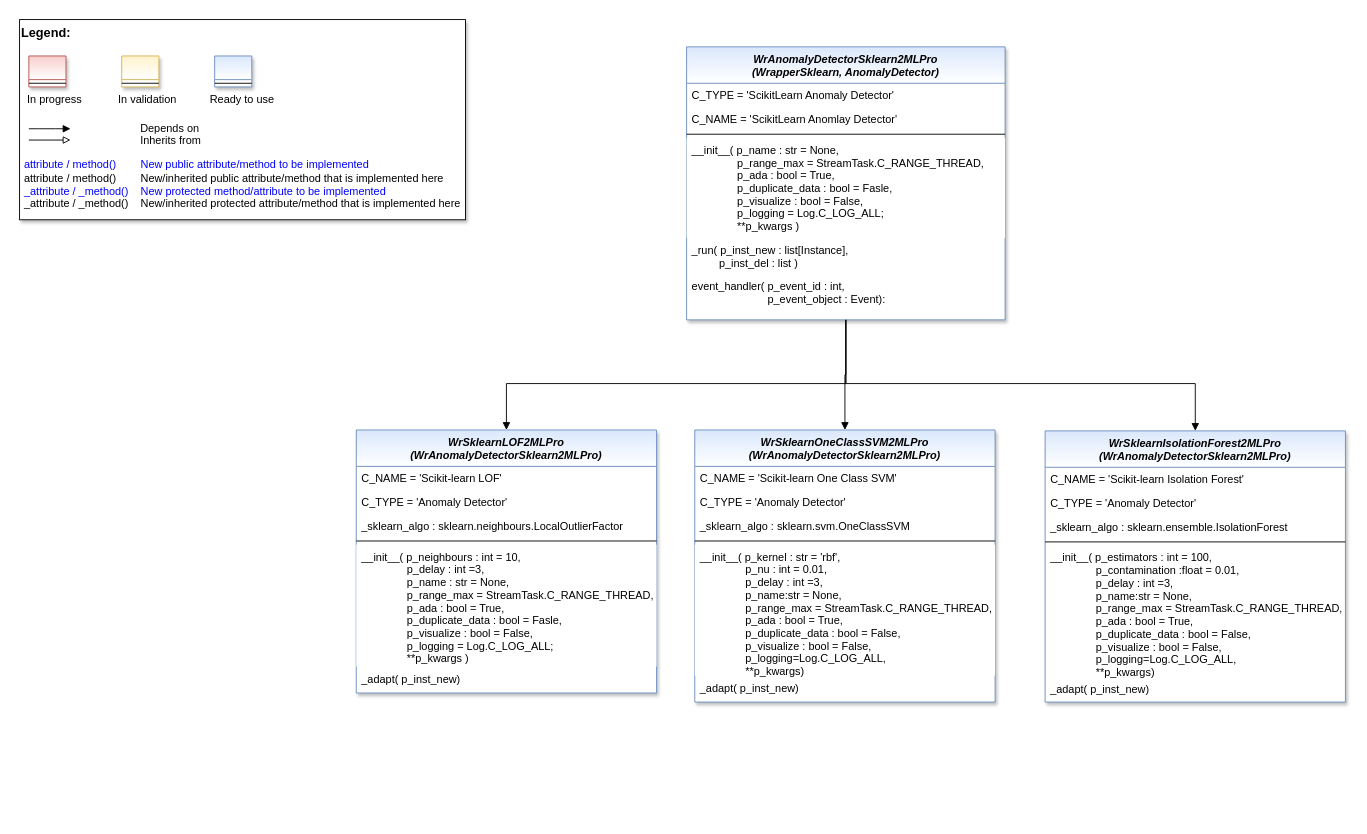
fhswf/MLPro-Int-scikit-learn keeps this draw.io diagram as doc/rtd/content/02_api/images/MLPro-Int-scikit-learn-Anomaly_Detectors.drawio. Above is the earlier version. Source tidied: cells renumbered, new cells numbered last; positions are measured from the earlier drawing's top-left corner, leaving out a move shared by most shapes. Both pictures are drawn from the tidied source at 91%, with x=0, y=0 at pixel (19, 19).
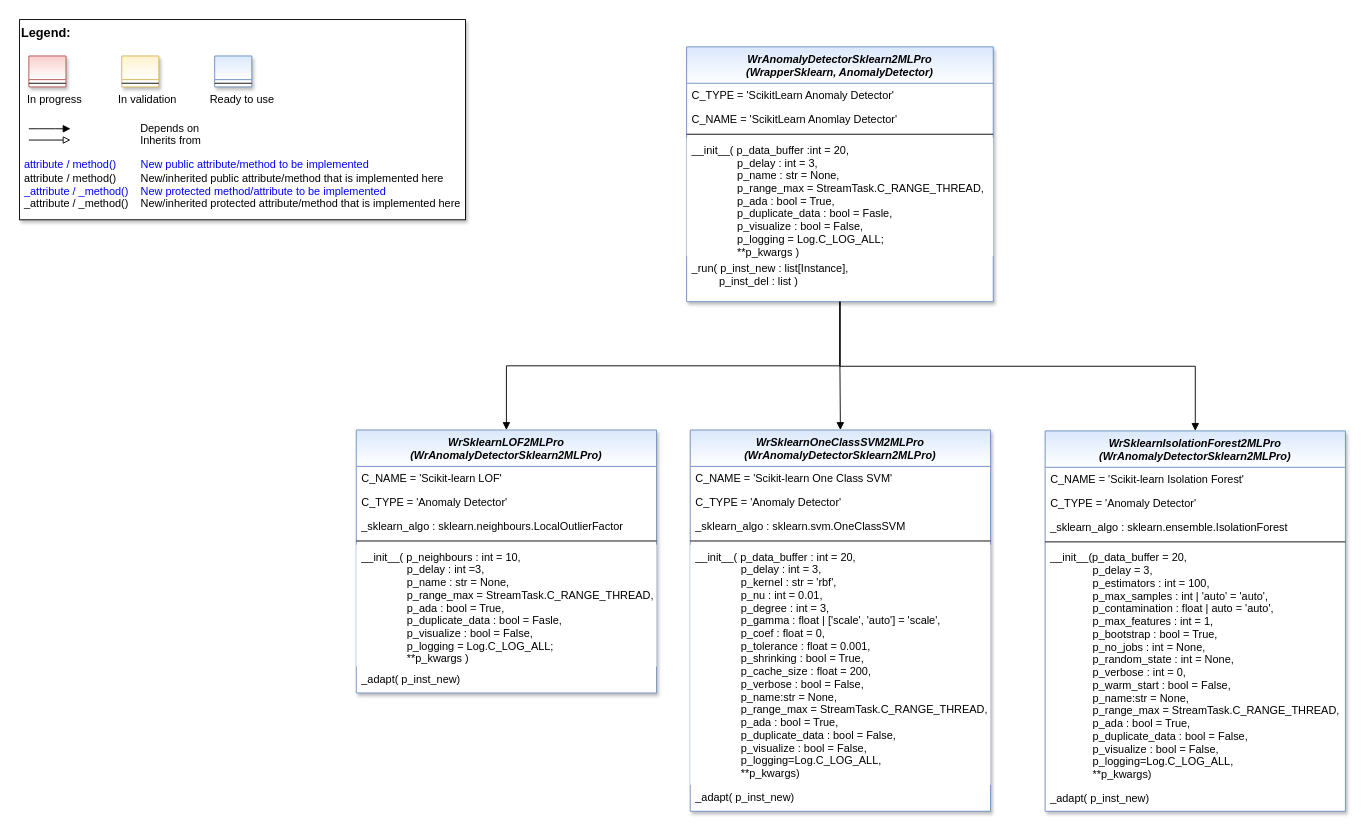
Above is the later version.

Commit message (it also covers changes not shown here):
Refact: Anomaly Detection - Wrappers, Howtos, RTD #2

The change refers to these unchanged cells:
```xml
<mxCell id="19" value="WrSklearnLOF2MLPro&#10;(WrAnomalyDetectorSklearn2MLPro)" style="swimlane;fontStyle=3;align=center;verticalAlign=top;horizontal=1;startSize=40;rounded=0;shadow=1;strokeWidth=1;fillColor=#dae8fc;strokeColor=#6c8ebf;swimlaneFillColor=#ffffff;gradientColor=#FFFFFF;" parent="1" vertex="1">
  <mxGeometry x="370" y="451" width="330" height="289" as="geometry" />
</mxCell>
```

Diff of the diagram source:
```diff
@@
     <mxCell id="12" value="WrSklearnOneClassSVM2MLPro&#10;(WrAnomalyDetectorSklearn2MLPro)" style="swimlane;fontStyle=3;align=center;verticalAlign=top;horizontal=1;startSize=40;rounded=0;shadow=1;strokeWidth=1;fillColor=#dae8fc;strokeColor=#6c8ebf;swimlaneFillColor=#ffffff;gradientColor=#FFFFFF;" parent="1" vertex="1">
-      <mxGeometry x="742" y="451" width="330" height="299" as="geometry" />
+      <mxGeometry x="737" y="451" width="330" height="419" as="geometry" />
     </mxCell>
@@
-    <mxCell id="17" value="__init__( p_kernel : str = 'rbf',&#10;               p_nu : int = 0.01,&#10;               p_delay : int =3,&#10;               p_name:str = None,&#10;               p_range_max = StreamTask.C_RANGE_THREAD,&#10;               p_ada : bool = True,&#10;               p_duplicate_data : bool = False,&#10;               p_visualize : bool = False,&#10;               p_logging=Log.C_LOG_ALL,&#10;               **p_kwargs)" style="text;align=left;verticalAlign=top;spacingLeft=4;spacingRight=4;overflow=hidden;fontColor=#000000;fillColor=#FFFFFF;labelBackgroundColor=default;" parent="12" vertex="1">
-      <mxGeometry y="126" width="330" height="144" as="geometry" />
+    <mxCell id="17" value="__init__( p_data_buffer : int = 20,&#10;               p_delay : int = 3,&#10;               p_kernel : str = 'rbf',&#10;               p_nu : int = 0.01,&#10;               p_degree : int = 3,&#10;               p_gamma : float | ['scale', 'auto'] = 'scale',&#10;               p_coef : float = 0,&#10;               p_tolerance : float = 0.001,&#10;               p_shrinking : bool = True,&#10;               p_cache_size : float = 200,&#10;               p_verbose : bool = False,&#10;               p_name:str = None,&#10;               p_range_max = StreamTask.C_RANGE_THREAD,&#10;               p_ada : bool = True,&#10;               p_duplicate_data : bool = False,&#10;               p_visualize : bool = False,&#10;               p_logging=Log.C_LOG_ALL,&#10;               **p_kwargs)" style="text;align=left;verticalAlign=top;spacingLeft=4;spacingRight=4;overflow=hidden;fontColor=#000000;fillColor=#FFFFFF;labelBackgroundColor=default;" parent="12" vertex="1">
+      <mxGeometry y="126" width="330" height="264" as="geometry" />
     </mxCell>
     <mxCell id="18" value="_adapt( p_inst_new)" style="text;align=left;verticalAlign=top;spacingLeft=4;spacingRight=4;overflow=hidden;fontColor=default;" parent="12" vertex="1">
-      <mxGeometry y="270" width="330" height="20" as="geometry" />
+      <mxGeometry y="390" width="330" height="20" as="geometry" />
     </mxCell>
@@
     <mxCell id="26" value="WrAnomalyDetectorSklearn2MLPro&#10;(WrapperSklearn, AnomalyDetector)" style="swimlane;fontStyle=3;align=center;verticalAlign=top;horizontal=1;startSize=40;rounded=0;shadow=1;strokeWidth=1;fillColor=#dae8fc;strokeColor=#6c8ebf;swimlaneFillColor=#ffffff;gradientColor=#FFFFFF;" parent="1" vertex="1">
-      <mxGeometry x="733" y="30" width="350" height="300" as="geometry" />
+      <mxGeometry x="733" y="30" width="337" height="280" as="geometry" />
     </mxCell>
     <mxCell id="27" value="C_TYPE = 'ScikitLearn Anomaly Detector'" style="text;align=left;verticalAlign=top;spacingLeft=4;spacingRight=4;overflow=hidden;fontColor=default;" parent="26" vertex="1">
-      <mxGeometry y="40" width="350" height="26" as="geometry" />
+      <mxGeometry y="40" width="337" height="26" as="geometry" />
     </mxCell>
     <mxCell id="28" value="C_NAME = 'ScikitLearn Anomlay Detector'" style="text;align=left;verticalAlign=top;spacingLeft=4;spacingRight=4;overflow=hidden;fontColor=#000000;" parent="26" vertex="1">
-      <mxGeometry y="66" width="350" height="26" as="geometry" />
+      <mxGeometry y="66" width="337" height="26" as="geometry" />
     </mxCell>
     <mxCell id="29" style="line;html=1;strokeWidth=1;align=left;verticalAlign=middle;spacingTop=-1;spacingLeft=3;spacingRight=3;labelPosition=right;" parent="26" vertex="1">
-      <mxGeometry y="92" width="350" height="8" as="geometry" />
+      <mxGeometry y="92" width="337" height="8" as="geometry" />
     </mxCell>
-    <mxCell id="30" value="__init__( p_name : str = None,&#10;               p_range_max = StreamTask.C_RANGE_THREAD,&#10;               p_ada : bool = True,&#10;               p_duplicate_data : bool = Fasle,&#10;               p_visualize : bool = False,&#10;               p_logging = Log.C_LOG_ALL;&#10;               **p_kwargs )" style="text;align=left;verticalAlign=top;spacingLeft=4;spacingRight=4;overflow=hidden;fontColor=#000000;fillColor=#FFFFFF;labelBackgroundColor=default;" parent="26" vertex="1">
-      <mxGeometry y="100" width="350" height="110" as="geometry" />
+    <mxCell id="30" value="__init__( p_data_buffer :int = 20,&#10;               p_delay : int = 3,&#10;               p_name : str = None,&#10;               p_range_max = StreamTask.C_RANGE_THREAD,&#10;               p_ada : bool = True,&#10;               p_duplicate_data : bool = Fasle,&#10;               p_visualize : bool = False,&#10;               p_logging = Log.C_LOG_ALL;&#10;               **p_kwargs )" style="text;align=left;verticalAlign=top;spacingLeft=4;spacingRight=4;overflow=hidden;fontColor=#000000;fillColor=#FFFFFF;labelBackgroundColor=default;" parent="26" vertex="1">
+      <mxGeometry y="100" width="337" height="130" as="geometry" />
     </mxCell>
     <mxCell id="31" value="_run( p_inst_new : list[Instance],&#10;         p_inst_del : list )" style="text;align=left;verticalAlign=top;spacingLeft=4;spacingRight=4;overflow=hidden;fontColor=default;" parent="26" vertex="1">
-      <mxGeometry y="210" width="350" height="40" as="geometry" />
+      <mxGeometry y="230" width="337" height="40" as="geometry" />
     </mxCell>
-    <mxCell id="32" value="event_handler( p_event_id : int,&#10;                         p_event_object : Event):" style="text;align=left;verticalAlign=top;spacingLeft=4;spacingRight=4;overflow=hidden;fontColor=default;" parent="26" vertex="1">
-      <mxGeometry y="250" width="350" height="46" as="geometry" />
-    </mxCell>
     <mxCell id="33" value="WrSklearnIsolationForest2MLPro&#10;(WrAnomalyDetectorSklearn2MLPro)" style="swimlane;fontStyle=3;align=center;verticalAlign=top;horizontal=1;startSize=40;rounded=0;shadow=1;strokeWidth=1;fillColor=#dae8fc;strokeColor=#6c8ebf;swimlaneFillColor=#ffffff;gradientColor=#FFFFFF;" parent="1" vertex="1">
-      <mxGeometry x="1127" y="452" width="330" height="298" as="geometry" />
+      <mxGeometry x="1127" y="452" width="330" height="418" as="geometry" />
     </mxCell>
@@
-    <mxCell id="38" value="__init__( p_estimators : int = 100,&#10;               p_contamination :float = 0.01,&#10;               p_delay : int =3,&#10;               p_name:str = None,&#10;               p_range_max = StreamTask.C_RANGE_THREAD,&#10;               p_ada : bool = True,&#10;               p_duplicate_data : bool = False,&#10;               p_visualize : bool = False,&#10;               p_logging=Log.C_LOG_ALL,&#10;               **p_kwargs)" style="text;align=left;verticalAlign=top;spacingLeft=4;spacingRight=4;overflow=hidden;fontColor=default;" parent="33" vertex="1">
-      <mxGeometry y="126" width="330" height="144" as="geometry" />
+    <mxCell id="38" value="__init__(p_data_buffer = 20,&#10;              p_delay = 3,&#10;              p_estimators : int = 100,&#10;              p_max_samples : int | 'auto' = 'auto',&#10;              p_contamination : float | auto = 'auto',&#10;              p_max_features : int = 1,&#10;              p_bootstrap : bool = True,&#10;              p_no_jobs : int = None,&#10;              p_random_state : int = None,&#10;              p_verbose : int = 0,&#10;              p_warm_start : bool = False,&#10;              p_name:str = None,&#10;              p_range_max = StreamTask.C_RANGE_THREAD,&#10;              p_ada : bool = True,&#10;              p_duplicate_data : bool = False,&#10;              p_visualize : bool = False,&#10;              p_logging=Log.C_LOG_ALL,&#10;              **p_kwargs)" style="text;align=left;verticalAlign=top;spacingLeft=4;spacingRight=4;overflow=hidden;fontColor=default;fontSize=12;" parent="33" vertex="1">
+      <mxGeometry y="126" width="330" height="264" as="geometry" />
     </mxCell>
     <mxCell id="39" value="_adapt( p_inst_new)" style="text;align=left;verticalAlign=top;spacingLeft=4;spacingRight=4;overflow=hidden;fontColor=default;" parent="33" vertex="1">
-      <mxGeometry y="270" width="330" height="20" as="geometry" />
+      <mxGeometry y="390" width="330" height="20" as="geometry" />
     </mxCell>
@@
+    <mxCell id="42" style="edgeStyle=orthogonalEdgeStyle;rounded=0;jettySize=auto;html=1;fontColor=default;endArrow=block;endFill=1;exitX=0.5;exitY=1;exitDx=0;exitDy=0;entryX=0.5;entryY=0;entryDx=0;entryDy=0;" parent="1" edge="1" source="26" target="33">
+      <mxGeometry relative="1" as="geometry" />
+    </mxCell>
     <mxCell id="41" style="edgeStyle=orthogonalEdgeStyle;rounded=0;jettySize=auto;html=1;fontColor=default;endArrow=block;endFill=1;exitX=0.5;exitY=1;exitDx=0;exitDy=0;entryX=0.5;entryY=0;entryDx=0;entryDy=0;" parent="1" edge="1" source="26" target="19">
-      <mxGeometry relative="1" as="geometry">
-        <Array as="points">
-          <mxPoint x="908" y="400" />
-          <mxPoint x="535" y="400" />
-        </Array>
-      </mxGeometry>
+      <mxGeometry relative="1" as="geometry" />
     </mxCell>
-    <mxCell id="42" style="edgeStyle=orthogonalEdgeStyle;rounded=0;jettySize=auto;html=1;fontColor=default;endArrow=block;endFill=1;exitX=0.5;exitY=1;exitDx=0;exitDy=0;entryX=0.5;entryY=0;entryDx=0;entryDy=0;" parent="1" edge="1" source="26" target="33">
-      <mxGeometry relative="1" as="geometry">
-        <Array as="points">
-          <mxPoint x="908" y="400" />
-          <mxPoint x="1292" y="400" />
-        </Array>
-      </mxGeometry>
-    </mxCell>
```
